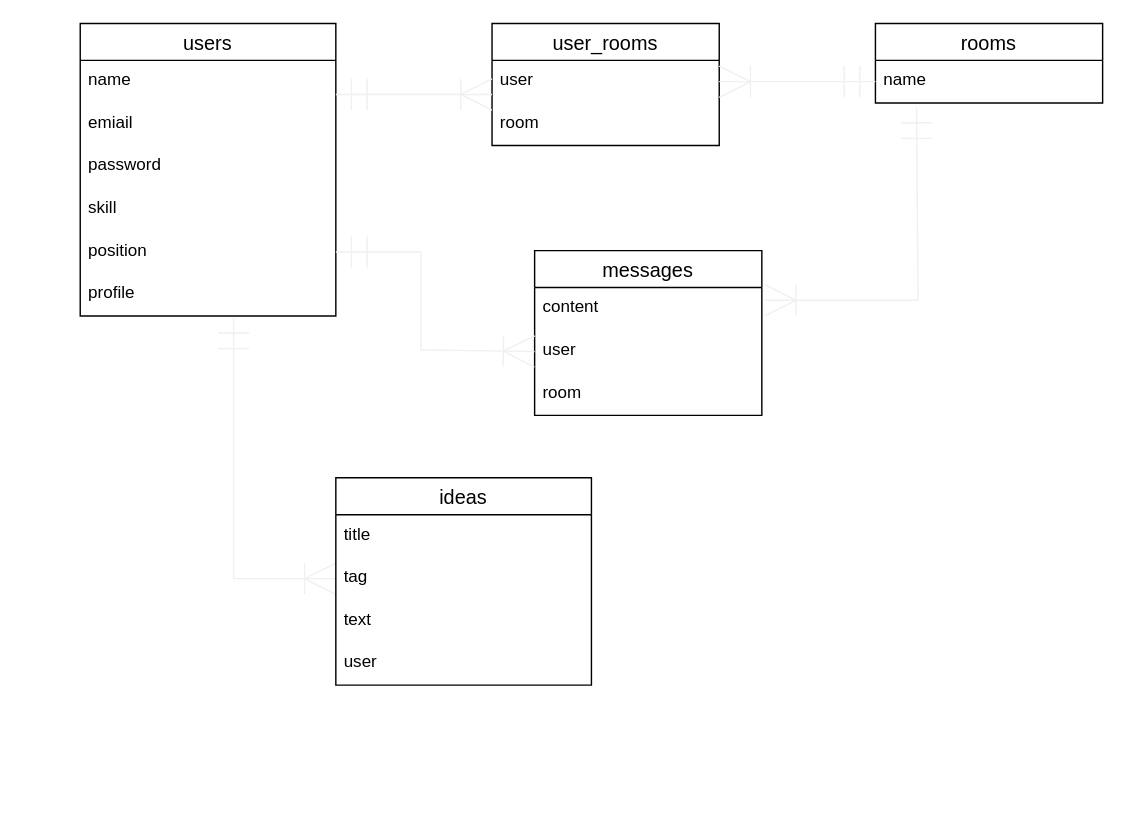
The draw.io diagram .dio in gen-ghub/Ideas, before the edit. Source tidied: cells renumbered, new cells numbered last; positions are measured from the earlier drawing's top-left corner, leaving out a move shared by most shapes. Both pictures are drawn from the tidied source at 142%, with x=0, y=0 at pixel (80, 23).
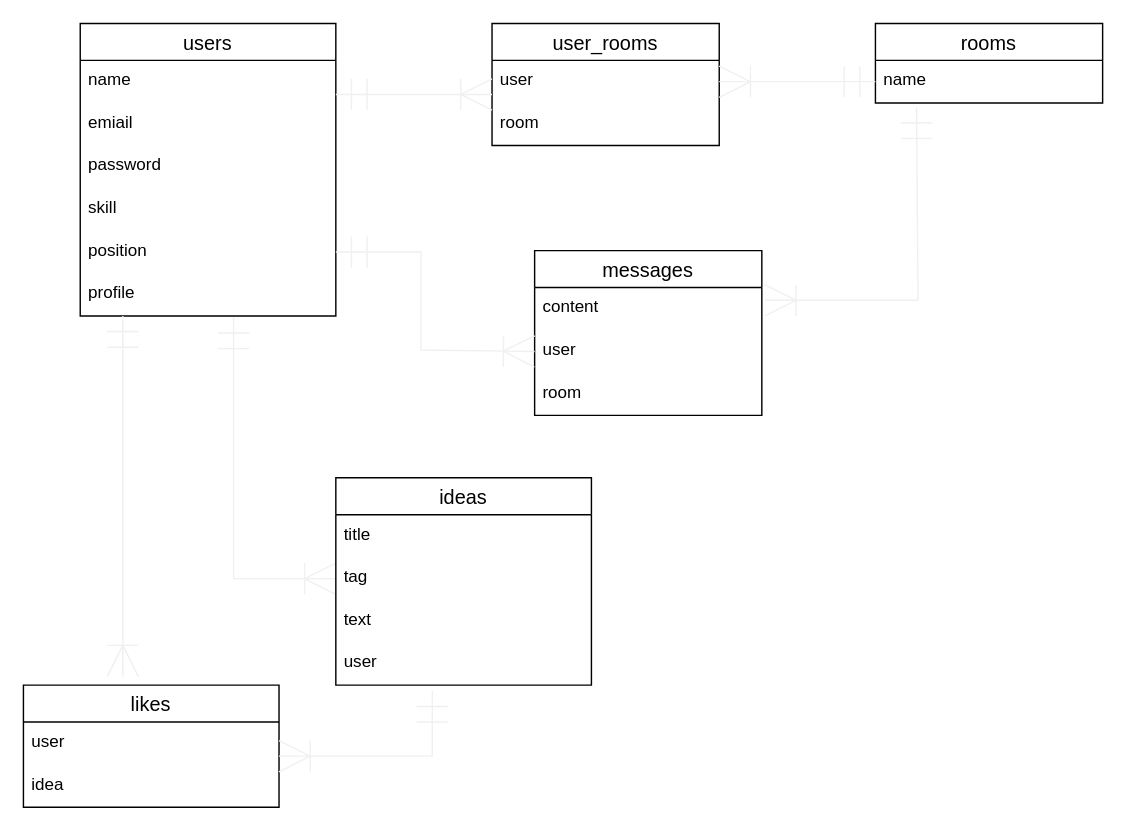
The same diagram, later.

The edit, as a diff of the source:
```diff
@@
+    <mxCell id="28" value="likes" style="swimlane;fontStyle=0;horizontal=1;startSize=26;align=center;fontSize=14;" parent="1" vertex="1">
+      <mxGeometry x="-40" y="466" width="180" height="86" as="geometry" />
+    </mxCell>
+    <mxCell id="29" value="user" style="text;strokeColor=none;fillColor=none;spacingLeft=4;spacingRight=4;overflow=hidden;fontSize=12;" parent="28" vertex="1">
+      <mxGeometry y="26" width="180" height="30" as="geometry" />
+    </mxCell>
+    <mxCell id="30" value="idea" style="text;strokeColor=none;fillColor=none;spacingLeft=4;spacingRight=4;overflow=hidden;fontSize=12;" parent="28" vertex="1">
+      <mxGeometry y="56" width="180" height="30" as="geometry" />
+    </mxCell>
+    <mxCell id="31" style="endArrow=ERoneToMany;html=1;rounded=0;strokeColor=#f0f0f0;startArrow=ERmandOne;startFill=0;endSize=20;endFill=0;startSize=20;jumpSize=20;entryX=1.013;entryY=0.3;entryDx=0;entryDy=0;entryPerimeter=0;" parent="1" edge="1">
+      <mxGeometry relative="1" as="geometry">
+        <mxPoint x="248" y="470" as="sourcePoint" />
+        <mxPoint x="140" y="516" as="targetPoint" />
+        <Array as="points">
+          <mxPoint x="247.9" y="516" />
+        </Array>
+      </mxGeometry>
+    </mxCell>
+    <mxCell id="32" style="endArrow=ERoneToMany;html=1;rounded=0;strokeColor=#f0f0f0;startArrow=ERmandOne;startFill=0;endSize=20;endFill=0;startSize=20;jumpSize=20;" parent="1" edge="1">
+      <mxGeometry relative="1" as="geometry">
+        <mxPoint x="30" y="206" as="sourcePoint" />
+        <mxPoint x="30" y="460" as="targetPoint" />
+        <Array as="points">
+          <mxPoint x="30" y="390" />
+        </Array>
+      </mxGeometry>
+    </mxCell>
```
